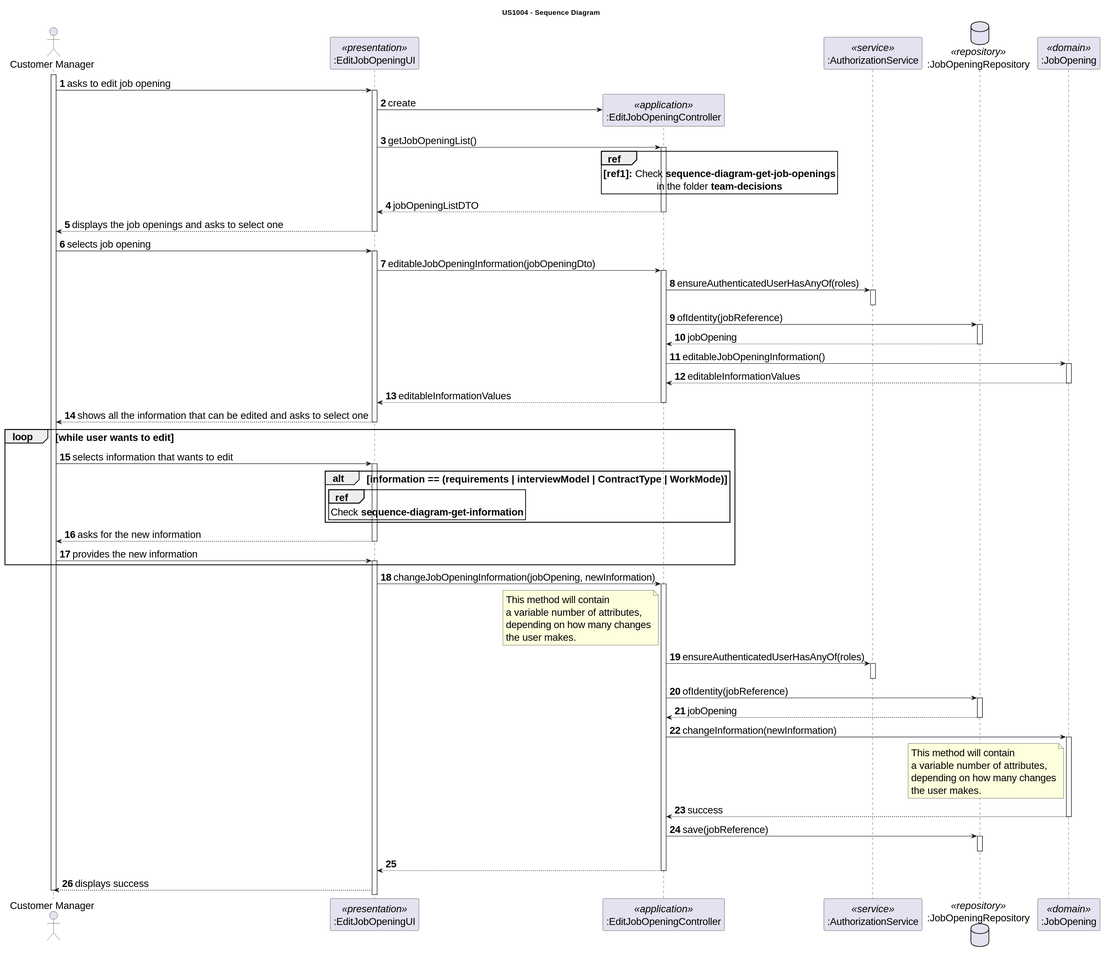
This is docs/sprint-c/us_1004/design-diagrams/sequence-diagram.svg from rita-barbosa/LAPR4-2324, a PlantUML export, as it was before one commit.
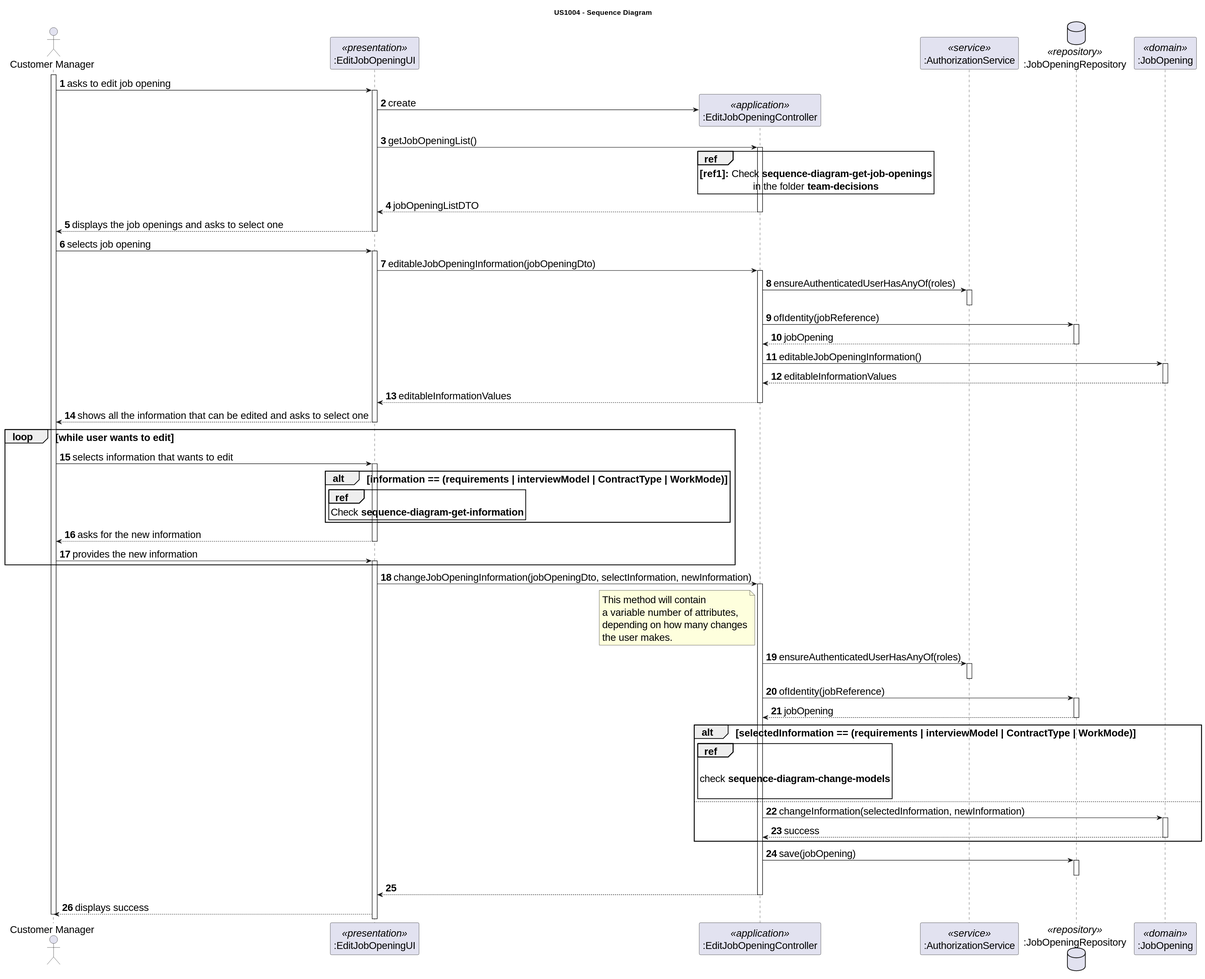
Later version of the same file.

Commit message:
docs: updates sequence and class diagram of us1004. [closes #249]

The edit, as a diff of the source:
```diff
@@ -81,7 +81,7 @@
     activate UI
 end loop
 
-    UI -> CTRL: changeJobOpeningInformation(jobOpening, newInformation)
+    UI -> CTRL: changeJobOpeningInformation(jobOpeningDto, selectInformation, newInformation)
     activate CTRL
 
         note left CTRL
@@ -101,20 +101,23 @@
     JO_REPO --> CTRL: jobOpening
     deactivate JO_REPO
 
-    CTRL -> JO: changeInformation(newInformation)
+    alt selectedInformation == (requirements | interviewModel | ContractType | WorkMode)
+        ref over CTRL
+
+            check **sequence-diagram-change-models**
+
+        end ref
+    else
+
+    CTRL -> JO: changeInformation(selectedInformation, newInformation)
     activate JO
-
-        note left JO
-        This method will contain
-        a variable number of attributes,
-        depending on how many changes
-        the user makes.
-        end note
 
     JO --> CTRL: success
     deactivate JO
 
-    CTRL -> JO_REPO: save(jobReference)
+    end alt
+
+    CTRL -> JO_REPO: save(jobOpening)
     activate JO_REPO
     deactivate JO_REPO
 
```
